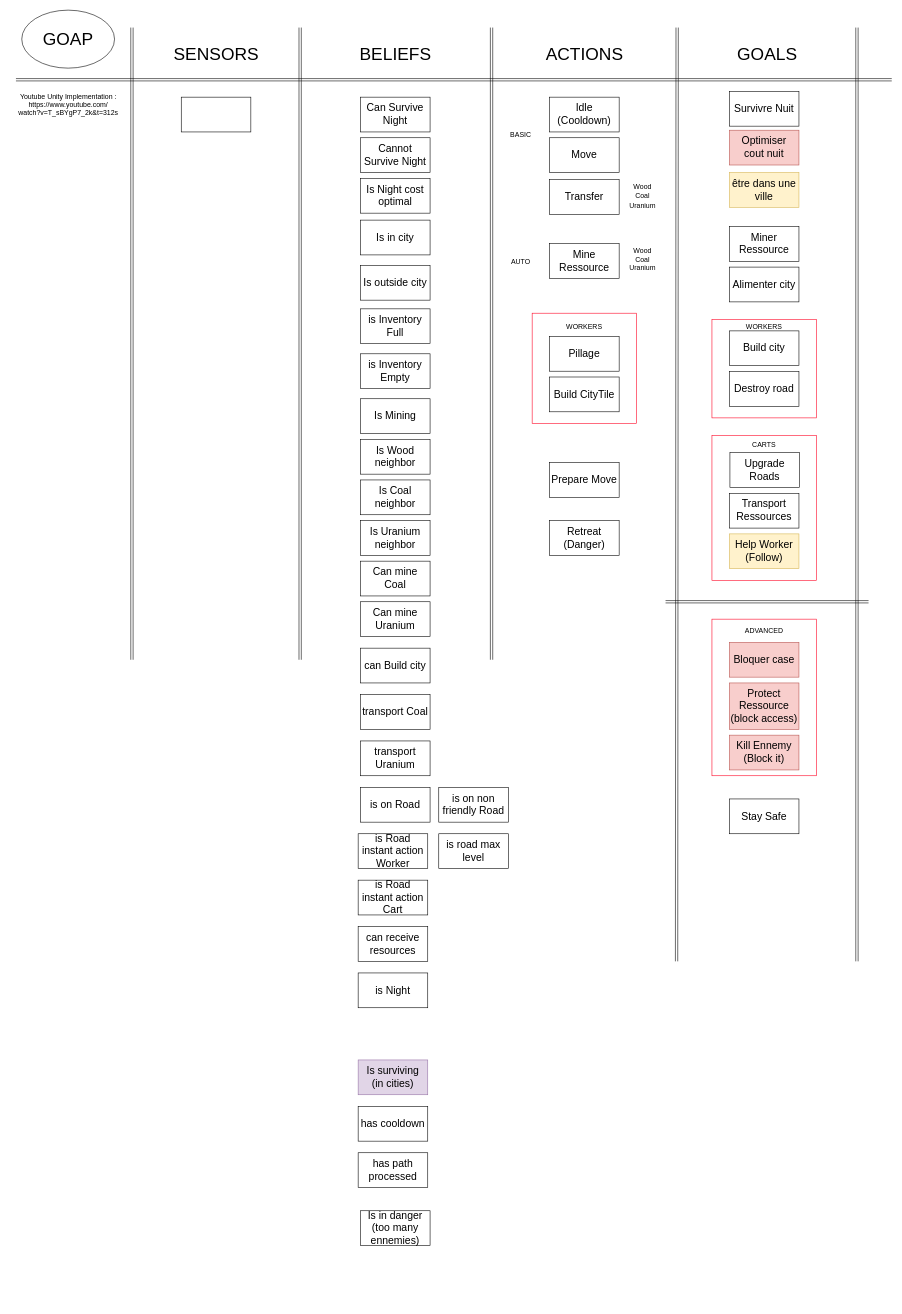
Above: page "Unit" (4 of 6) of sources/lux.drawio in LouisViel/Lux-AI (draw.io), before the change. Source tidied: cells renumbered, new cells numbered last; positions are measured from the earlier drawing's top-left corner, leaving out a move shared by most shapes. Both pictures are drawn from the tidied source at 58%, with x=0, y=0 at pixel (10, 10).
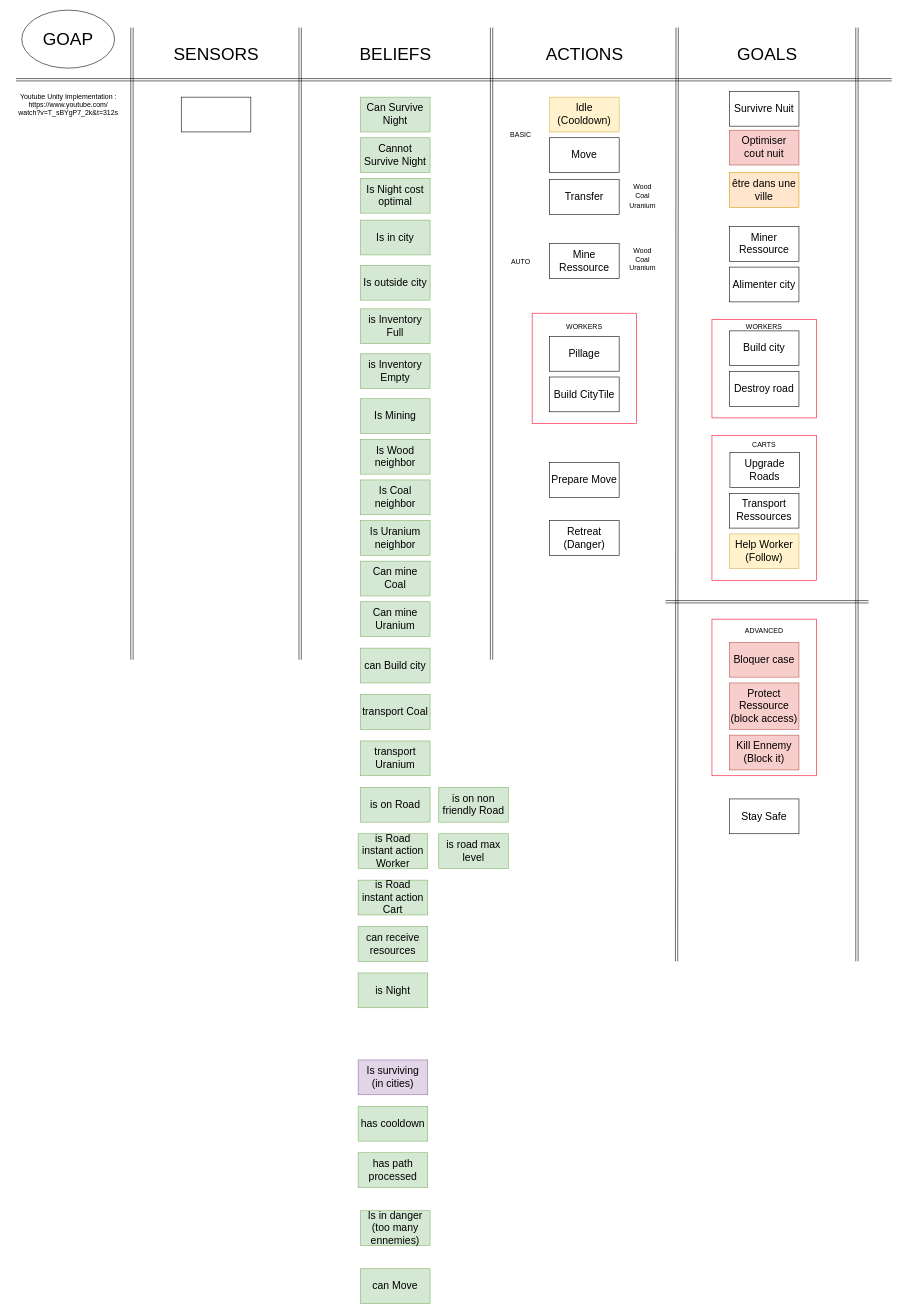
The same diagram, later.

The edit, as a diff of the source:
```diff
@@
-    <mxCell id="16" value="Can Survive Night" style="whiteSpace=wrap;html=1;fontSize=18;labelBackgroundColor=none;" parent="1" vertex="1">
+    <mxCell id="16" value="Can Survive Night" style="whiteSpace=wrap;html=1;fontSize=18;labelBackgroundColor=none;fillColor=#d5e8d4;strokeColor=#82b366;" parent="1" vertex="1">
       <mxGeometry x="604" y="150" width="120" height="60" as="geometry" />
     </mxCell>
@@
-    <mxCell id="44" value="Idle&lt;br&gt;(Cooldown)" style="whiteSpace=wrap;html=1;fontSize=18;labelBackgroundColor=none;" parent="1" vertex="1">
+    <mxCell id="44" value="Idle&lt;br&gt;(Cooldown)" style="whiteSpace=wrap;html=1;fontSize=18;labelBackgroundColor=none;fillColor=#fff2cc;strokeColor=#d6b656;" parent="1" vertex="1">
       <mxGeometry x="930" y="150" width="120" height="60" as="geometry" />
     </mxCell>
-    <mxCell id="45" value="être dans une ville" style="whiteSpace=wrap;html=1;fontSize=18;labelBackgroundColor=none;fillColor=#fff2cc;strokeColor=#d6b656;" parent="1" vertex="1">
+    <mxCell id="45" value="être dans une ville" style="whiteSpace=wrap;html=1;fontSize=18;labelBackgroundColor=none;fillColor=#ffe6cc;strokeColor=#d79b00;" parent="1" vertex="1">
       <mxGeometry x="1240" y="280" width="120" height="60" as="geometry" />
     </mxCell>
@@
-    <mxCell id="48" value="Is Night cost optimal" style="whiteSpace=wrap;html=1;fontSize=18;labelBackgroundColor=none;" parent="1" vertex="1">
+    <mxCell id="48" value="Is Night cost optimal" style="whiteSpace=wrap;html=1;fontSize=18;labelBackgroundColor=none;fillColor=#d5e8d4;strokeColor=#82b366;" parent="1" vertex="1">
       <mxGeometry x="604" y="290" width="120" height="60" as="geometry" />
     </mxCell>
-    <mxCell id="49" value="Is in city" style="whiteSpace=wrap;html=1;fontSize=18;labelBackgroundColor=none;" parent="1" vertex="1">
+    <mxCell id="49" value="Is in city" style="whiteSpace=wrap;html=1;fontSize=18;labelBackgroundColor=none;fillColor=#d5e8d4;strokeColor=#82b366;" parent="1" vertex="1">
       <mxGeometry x="604" y="362" width="120" height="60" as="geometry" />
     </mxCell>
-    <mxCell id="50" value="is Inventory Full" style="whiteSpace=wrap;html=1;fontSize=18;labelBackgroundColor=none;" parent="1" vertex="1">
+    <mxCell id="50" value="is Inventory Full" style="whiteSpace=wrap;html=1;fontSize=18;labelBackgroundColor=none;fillColor=#d5e8d4;strokeColor=#82b366;" parent="1" vertex="1">
       <mxGeometry x="604" y="515" width="120" height="60" as="geometry" />
     </mxCell>
-    <mxCell id="51" value="is Inventory Empty" style="whiteSpace=wrap;html=1;fontSize=18;labelBackgroundColor=none;" parent="1" vertex="1">
+    <mxCell id="51" value="is Inventory Empty" style="whiteSpace=wrap;html=1;fontSize=18;labelBackgroundColor=none;fillColor=#d5e8d4;strokeColor=#82b366;" parent="1" vertex="1">
       <mxGeometry x="604" y="592.5" width="120" height="60" as="geometry" />
     </mxCell>
-    <mxCell id="52" value="Is Mining" style="whiteSpace=wrap;html=1;fontSize=18;labelBackgroundColor=none;" parent="1" vertex="1">
+    <mxCell id="52" value="Is Mining" style="whiteSpace=wrap;html=1;fontSize=18;labelBackgroundColor=none;fillColor=#d5e8d4;strokeColor=#82b366;" parent="1" vertex="1">
       <mxGeometry x="604" y="670" width="120" height="60" as="geometry" />
     </mxCell>
-    <mxCell id="53" value="Is Coal neighbor" style="whiteSpace=wrap;html=1;fontSize=18;labelBackgroundColor=none;" parent="1" vertex="1">
+    <mxCell id="53" value="Is Coal neighbor" style="whiteSpace=wrap;html=1;fontSize=18;labelBackgroundColor=none;fillColor=#d5e8d4;strokeColor=#82b366;" parent="1" vertex="1">
       <mxGeometry x="604" y="810" width="120" height="60" as="geometry" />
     </mxCell>
-    <mxCell id="54" value="Is Uranium neighbor" style="whiteSpace=wrap;html=1;fontSize=18;labelBackgroundColor=none;" parent="1" vertex="1">
+    <mxCell id="54" value="Is Uranium neighbor" style="whiteSpace=wrap;html=1;fontSize=18;labelBackgroundColor=none;fillColor=#d5e8d4;strokeColor=#82b366;" parent="1" vertex="1">
       <mxGeometry x="604" y="880" width="120" height="60" as="geometry" />
     </mxCell>
-    <mxCell id="55" value="Is Wood neighbor" style="whiteSpace=wrap;html=1;fontSize=18;labelBackgroundColor=none;" parent="1" vertex="1">
+    <mxCell id="55" value="Is Wood neighbor" style="whiteSpace=wrap;html=1;fontSize=18;labelBackgroundColor=none;fillColor=#d5e8d4;strokeColor=#82b366;" parent="1" vertex="1">
       <mxGeometry x="604" y="740" width="120" height="60" as="geometry" />
     </mxCell>
-    <mxCell id="56" value="Can mine Coal" style="whiteSpace=wrap;html=1;fontSize=18;labelBackgroundColor=none;" parent="1" vertex="1">
+    <mxCell id="56" value="Can mine Coal" style="whiteSpace=wrap;html=1;fontSize=18;labelBackgroundColor=none;fillColor=#d5e8d4;strokeColor=#82b366;" parent="1" vertex="1">
       <mxGeometry x="604" y="950" width="120" height="60" as="geometry" />
     </mxCell>
-    <mxCell id="57" value="Can mine Uranium" style="whiteSpace=wrap;html=1;fontSize=18;labelBackgroundColor=none;" parent="1" vertex="1">
+    <mxCell id="57" value="Can mine Uranium" style="whiteSpace=wrap;html=1;fontSize=18;labelBackgroundColor=none;fillColor=#d5e8d4;strokeColor=#82b366;" parent="1" vertex="1">
       <mxGeometry x="604" y="1020" width="120" height="60" as="geometry" />
     </mxCell>
-    <mxCell id="58" value="Is outside city" style="whiteSpace=wrap;html=1;fontSize=18;labelBackgroundColor=none;" parent="1" vertex="1">
+    <mxCell id="58" value="Is outside city" style="whiteSpace=wrap;html=1;fontSize=18;labelBackgroundColor=none;fillColor=#d5e8d4;strokeColor=#82b366;" parent="1" vertex="1">
       <mxGeometry x="604" y="440" width="120" height="60" as="geometry" />
     </mxCell>
-    <mxCell id="59" value="can Build city" style="whiteSpace=wrap;html=1;fontSize=18;labelBackgroundColor=none;" parent="1" vertex="1">
+    <mxCell id="59" value="can Build city" style="whiteSpace=wrap;html=1;fontSize=18;labelBackgroundColor=none;fillColor=#d5e8d4;strokeColor=#82b366;" parent="1" vertex="1">
       <mxGeometry x="604" y="1100" width="120" height="60" as="geometry" />
     </mxCell>
-    <mxCell id="60" value="transport Coal" style="whiteSpace=wrap;html=1;fontSize=18;labelBackgroundColor=none;" parent="1" vertex="1">
+    <mxCell id="60" value="transport Coal" style="whiteSpace=wrap;html=1;fontSize=18;labelBackgroundColor=none;fillColor=#d5e8d4;strokeColor=#82b366;" parent="1" vertex="1">
       <mxGeometry x="604" y="1180" width="120" height="60" as="geometry" />
     </mxCell>
-    <mxCell id="61" value="transport Uranium" style="whiteSpace=wrap;html=1;fontSize=18;labelBackgroundColor=none;" parent="1" vertex="1">
+    <mxCell id="61" value="transport Uranium" style="whiteSpace=wrap;html=1;fontSize=18;labelBackgroundColor=none;fillColor=#d5e8d4;strokeColor=#82b366;" parent="1" vertex="1">
       <mxGeometry x="604" y="1260" width="120" height="60" as="geometry" />
     </mxCell>
-    <mxCell id="62" value="is on Road" style="whiteSpace=wrap;html=1;fontSize=18;labelBackgroundColor=none;" parent="1" vertex="1">
+    <mxCell id="62" value="is on Road" style="whiteSpace=wrap;html=1;fontSize=18;labelBackgroundColor=none;fillColor=#d5e8d4;strokeColor=#82b366;" parent="1" vertex="1">
       <mxGeometry x="604" y="1340" width="120" height="60" as="geometry" />
     </mxCell>
-    <mxCell id="63" value="is Road instant action Worker" style="whiteSpace=wrap;html=1;fontSize=18;labelBackgroundColor=none;" parent="1" vertex="1">
+    <mxCell id="63" value="is Road instant action Worker" style="whiteSpace=wrap;html=1;fontSize=18;labelBackgroundColor=none;fillColor=#d5e8d4;strokeColor=#82b366;" parent="1" vertex="1">
       <mxGeometry x="600" y="1420" width="120" height="60" as="geometry" />
     </mxCell>
-    <mxCell id="64" value="is Road instant action Cart" style="whiteSpace=wrap;html=1;fontSize=18;labelBackgroundColor=none;" parent="1" vertex="1">
+    <mxCell id="64" value="is Road instant action Cart" style="whiteSpace=wrap;html=1;fontSize=18;labelBackgroundColor=none;fillColor=#d5e8d4;strokeColor=#82b366;" parent="1" vertex="1">
       <mxGeometry x="600" y="1500" width="120" height="60" as="geometry" />
     </mxCell>
-    <mxCell id="65" value="can receive resources" style="whiteSpace=wrap;html=1;fontSize=18;labelBackgroundColor=none;" parent="1" vertex="1">
+    <mxCell id="65" value="can receive resources" style="whiteSpace=wrap;html=1;fontSize=18;labelBackgroundColor=none;fillColor=#d5e8d4;strokeColor=#82b366;" parent="1" vertex="1">
       <mxGeometry x="600" y="1580" width="120" height="60" as="geometry" />
     </mxCell>
-    <mxCell id="66" value="is Night" style="whiteSpace=wrap;html=1;fontSize=18;labelBackgroundColor=none;" parent="1" vertex="1">
+    <mxCell id="66" value="is Night" style="whiteSpace=wrap;html=1;fontSize=18;labelBackgroundColor=none;fillColor=#d5e8d4;strokeColor=#82b366;" parent="1" vertex="1">
       <mxGeometry x="600" y="1660" width="120" height="60" as="geometry" />
     </mxCell>
@@
-    <mxCell id="68" value="is on non friendly Road" style="whiteSpace=wrap;html=1;fontSize=18;labelBackgroundColor=none;" parent="1" vertex="1">
+    <mxCell id="68" value="is on non friendly Road" style="whiteSpace=wrap;html=1;fontSize=18;labelBackgroundColor=none;fillColor=#d5e8d4;strokeColor=#82b366;" parent="1" vertex="1">
       <mxGeometry x="739" y="1340" width="120" height="60" as="geometry" />
     </mxCell>
-    <mxCell id="69" value="has cooldown" style="whiteSpace=wrap;html=1;fontSize=18;labelBackgroundColor=none;" parent="1" vertex="1">
+    <mxCell id="69" value="has cooldown" style="whiteSpace=wrap;html=1;fontSize=18;labelBackgroundColor=none;fillColor=#d5e8d4;strokeColor=#82b366;" parent="1" vertex="1">
       <mxGeometry x="600" y="1890" width="120" height="60" as="geometry" />
     </mxCell>
-    <mxCell id="70" value="is road max level" style="whiteSpace=wrap;html=1;fontSize=18;labelBackgroundColor=none;" parent="1" vertex="1">
+    <mxCell id="70" value="is road max level" style="whiteSpace=wrap;html=1;fontSize=18;labelBackgroundColor=none;fillColor=#d5e8d4;strokeColor=#82b366;" parent="1" vertex="1">
       <mxGeometry x="739" y="1420" width="120" height="60" as="geometry" />
     </mxCell>
-    <mxCell id="71" value="has path processed" style="whiteSpace=wrap;html=1;fontSize=18;labelBackgroundColor=none;" parent="1" vertex="1">
+    <mxCell id="71" value="has path processed" style="whiteSpace=wrap;html=1;fontSize=18;labelBackgroundColor=none;fillColor=#d5e8d4;strokeColor=#82b366;" parent="1" vertex="1">
       <mxGeometry x="600" y="1970" width="120" height="60" as="geometry" />
     </mxCell>
-    <mxCell id="72" value="Cannot Survive Night" style="whiteSpace=wrap;html=1;fontSize=18;labelBackgroundColor=none;" parent="1" vertex="1">
+    <mxCell id="72" value="Cannot Survive Night" style="whiteSpace=wrap;html=1;fontSize=18;labelBackgroundColor=none;fillColor=#d5e8d4;strokeColor=#82b366;" parent="1" vertex="1">
       <mxGeometry x="604" y="220" width="120" height="60" as="geometry" />
     </mxCell>
@@
-    <mxCell id="74" value="Is in danger (too many ennemies)" style="whiteSpace=wrap;html=1;fontSize=18;labelBackgroundColor=none;" parent="1" vertex="1">
+    <mxCell id="74" value="Is in danger (too many ennemies)" style="whiteSpace=wrap;html=1;fontSize=18;labelBackgroundColor=none;fillColor=#d5e8d4;strokeColor=#82b366;" parent="1" vertex="1">
       <mxGeometry x="604" y="2070" width="120" height="60" as="geometry" />
     </mxCell>
@@
+    <mxCell id="77" value="can Move" style="whiteSpace=wrap;html=1;fontSize=18;labelBackgroundColor=none;fillColor=#d5e8d4;strokeColor=#82b366;" parent="1" vertex="1">
+      <mxGeometry x="604" y="2170" width="120" height="60" as="geometry" />
+    </mxCell>
```
